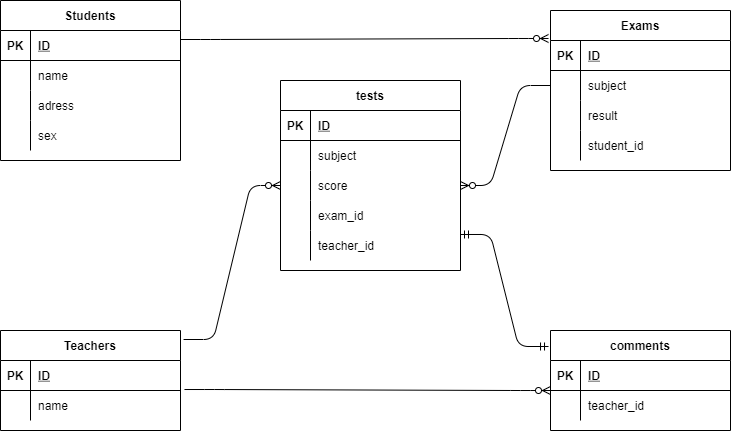
Above: 20220301yakushido.drawio.png in yakushido/COACHTECH_Database (draw.io), before the change. Source tidied: cells renumbered, new cells last; positions are measured from the earlier drawing's top-left corner, leaving out a move shared by most shapes.
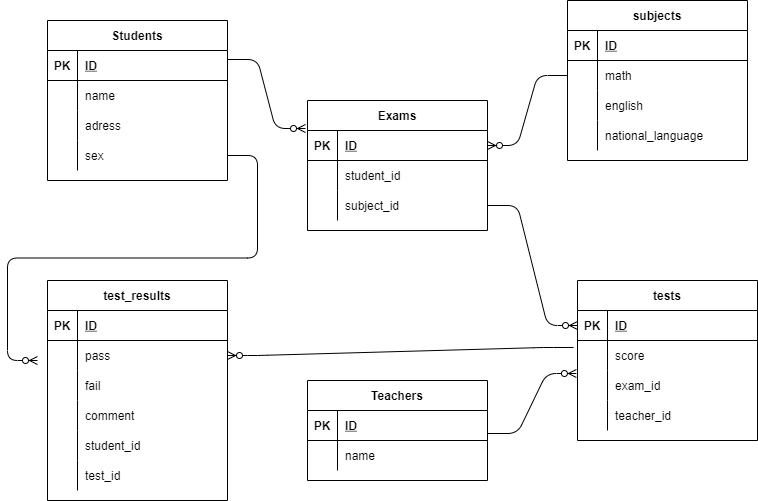
Above is the later version.

Commit message:
test_resultテーブル追加,その他修正

The edit, as a diff of the source:
```diff
@@ -42,7 +42,7 @@
       <mxGeometry x="30" width="150" height="30" as="geometry" />
     </mxCell>
     <mxCell id="15" value="Teachers" style="shape=table;startSize=30;rowLines=0;fontStyle=1;align=center;" parent="1" vertex="1">
-      <mxGeometry y="330" width="180" height="100" as="geometry" />
+      <mxGeometry x="260" y="360" width="180" height="100" as="geometry" />
     </mxCell>
     <mxCell id="16" style="shape=partialRectangle;fillColor=none;top=0;left=0;bottom=1;right=0;points=[[0,0.5],[1,0.5]];portConstraint=eastwest;" parent="15" vertex="1">
       <mxGeometry y="30" width="180" height="30" as="geometry" />
@@ -63,7 +63,7 @@
       <mxGeometry x="30" width="150" height="30" as="geometry" />
     </mxCell>
     <mxCell id="22" value="tests" style="shape=table;startSize=30;rowLines=0;fontStyle=1;align=center;" parent="1" vertex="1">
-      <mxGeometry x="280" y="80" width="180" height="190" as="geometry" />
+      <mxGeometry x="530" y="260" width="180" height="160" as="geometry" />
     </mxCell>
     <mxCell id="23" style="shape=partialRectangle;fillColor=none;top=0;left=0;bottom=1;right=0;points=[[0,0.5],[1,0.5]];portConstraint=eastwest;" parent="22" vertex="1">
       <mxGeometry y="30" width="180" height="30" as="geometry" />
@@ -74,17 +74,8 @@
     <mxCell id="25" value="ID" style="shape=partialRectangle;fillColor=none;top=0;left=0;bottom=0;right=0;align=left;spacingLeft=6;fontStyle=5;overflow=hidden;" parent="23" vertex="1">
       <mxGeometry x="30" width="150" height="30" as="geometry" />
     </mxCell>
-    <mxCell id="26" style="shape=partialRectangle;fillColor=none;top=0;left=0;bottom=0;right=0;" parent="22" vertex="1">
-      <mxGeometry y="60" width="180" height="30" as="geometry" />
-    </mxCell>
-    <mxCell id="27" style="shape=partialRectangle;fillColor=none;top=0;left=0;bottom=0;right=0;overflow=hidden;" parent="26" vertex="1">
-      <mxGeometry width="30" height="30" as="geometry" />
-    </mxCell>
-    <mxCell id="28" value="subject" style="shape=partialRectangle;fillColor=none;top=0;left=0;bottom=0;right=0;align=left;spacingLeft=6;overflow=hidden;" parent="26" vertex="1">
-      <mxGeometry x="30" width="150" height="30" as="geometry" />
-    </mxCell>
     <mxCell id="29" style="shape=partialRectangle;fillColor=none;top=0;left=0;bottom=0;right=0;points=[[0,0.5],[1,0.5]];portConstraint=eastwest;" parent="22" vertex="1">
-      <mxGeometry y="90" width="180" height="30" as="geometry" />
+      <mxGeometry y="60" width="180" height="30" as="geometry" />
     </mxCell>
     <mxCell id="30" style="shape=partialRectangle;fillColor=none;top=0;left=0;bottom=0;right=0;overflow=hidden;" parent="29" vertex="1">
       <mxGeometry width="30" height="30" as="geometry" />
@@ -93,7 +84,7 @@
       <mxGeometry x="30" width="150" height="30" as="geometry" />
     </mxCell>
     <mxCell id="32" style="shape=partialRectangle;fillColor=none;top=0;left=0;bottom=0;right=0;points=[[0,0.5],[1,0.5]];portConstraint=eastwest;" parent="22" vertex="1">
-      <mxGeometry y="120" width="180" height="30" as="geometry" />
+      <mxGeometry y="90" width="180" height="30" as="geometry" />
     </mxCell>
     <mxCell id="33" style="shape=partialRectangle;fillColor=none;top=0;left=0;bottom=0;right=0;overflow=hidden;" parent="32" vertex="1">
       <mxGeometry width="30" height="30" as="geometry" />
@@ -102,7 +93,7 @@
       <mxGeometry x="30" width="150" height="30" as="geometry" />
     </mxCell>
     <mxCell id="35" style="shape=partialRectangle;fillColor=none;top=0;left=0;bottom=0;right=0;points=[[0,0.5],[1,0.5]];portConstraint=eastwest;" parent="22" vertex="1">
-      <mxGeometry y="150" width="180" height="30" as="geometry" />
+      <mxGeometry y="120" width="180" height="30" as="geometry" />
     </mxCell>
     <mxCell id="36" style="shape=partialRectangle;fillColor=none;top=0;left=0;bottom=0;right=0;overflow=hidden;" parent="35" vertex="1">
       <mxGeometry width="30" height="30" as="geometry" />
@@ -111,7 +102,7 @@
       <mxGeometry x="30" width="150" height="30" as="geometry" />
     </mxCell>
     <mxCell id="38" value="Exams" style="shape=table;startSize=30;rowLines=0;fontStyle=1;align=center;" parent="1" vertex="1">
-      <mxGeometry x="550" y="10" width="180" height="160" as="geometry" />
+      <mxGeometry x="260" y="80" width="180" height="130" as="geometry" />
     </mxCell>
     <mxCell id="39" style="shape=partialRectangle;fillColor=none;top=0;left=0;bottom=1;right=0;points=[[0,0.5],[1,0.5]];portConstraint=eastwest;" parent="38" vertex="1">
       <mxGeometry y="30" width="180" height="30" as="geometry" />
@@ -122,26 +113,8 @@
     <mxCell id="41" value="ID" style="shape=partialRectangle;fillColor=none;top=0;left=0;bottom=0;right=0;align=left;spacingLeft=6;fontStyle=5;overflow=hidden;" parent="39" vertex="1">
       <mxGeometry x="30" width="150" height="30" as="geometry" />
     </mxCell>
-    <mxCell id="42" style="shape=partialRectangle;fillColor=none;top=0;left=0;bottom=0;right=0;points=[[0,0.5],[1,0.5]];portConstraint=eastwest;" parent="38" vertex="1">
-      <mxGeometry y="60" width="180" height="30" as="geometry" />
-    </mxCell>
-    <mxCell id="43" style="shape=partialRectangle;fillColor=none;top=0;left=0;bottom=0;right=0;overflow=hidden;" parent="42" vertex="1">
-      <mxGeometry width="30" height="30" as="geometry" />
-    </mxCell>
-    <mxCell id="44" value="subject" style="shape=partialRectangle;fillColor=none;top=0;left=0;bottom=0;right=0;align=left;spacingLeft=6;overflow=hidden;" parent="42" vertex="1">
-      <mxGeometry x="30" width="150" height="30" as="geometry" />
-    </mxCell>
-    <mxCell id="45" style="shape=partialRectangle;fillColor=none;top=0;left=0;bottom=0;right=0;" parent="38" vertex="1">
-      <mxGeometry y="90" width="180" height="30" as="geometry" />
-    </mxCell>
-    <mxCell id="46" style="shape=partialRectangle;fillColor=none;top=0;left=0;bottom=0;right=0;overflow=hidden;" parent="45" vertex="1">
-      <mxGeometry width="30" height="30" as="geometry" />
-    </mxCell>
-    <mxCell id="47" value="result" style="shape=partialRectangle;fillColor=none;top=0;left=0;bottom=0;right=0;align=left;spacingLeft=6;overflow=hidden;" parent="45" vertex="1">
-      <mxGeometry x="30" width="150" height="30" as="geometry" />
-    </mxCell>
     <mxCell id="48" style="shape=partialRectangle;fillColor=none;top=0;left=0;bottom=0;right=0;" parent="38" vertex="1">
-      <mxGeometry y="120" width="180" height="30" as="geometry" />
+      <mxGeometry y="60" width="180" height="30" as="geometry" />
     </mxCell>
     <mxCell id="49" style="shape=partialRectangle;fillColor=none;top=0;left=0;bottom=0;right=0;overflow=hidden;" parent="48" vertex="1">
       <mxGeometry width="30" height="30" as="geometry" />
@@ -149,43 +122,130 @@
     <mxCell id="50" value="student_id" style="shape=partialRectangle;fillColor=none;top=0;left=0;bottom=0;right=0;align=left;spacingLeft=6;overflow=hidden;" parent="48" vertex="1">
       <mxGeometry x="30" width="150" height="30" as="geometry" />
     </mxCell>
-    <mxCell id="51" value="comments" style="shape=table;startSize=30;rowLines=0;fontStyle=1;align=center;" parent="1" vertex="1">
-      <mxGeometry x="550" y="330" width="180" height="100" as="geometry" />
-    </mxCell>
-    <mxCell id="52" style="shape=partialRectangle;fillColor=none;top=0;left=0;bottom=1;right=0;" parent="51" vertex="1">
-      <mxGeometry y="30" width="180" height="30" as="geometry" />
-    </mxCell>
-    <mxCell id="53" value="PK" style="shape=partialRectangle;fillColor=none;top=0;left=0;bottom=0;right=0;fontStyle=1;overflow=hidden;" parent="52" vertex="1">
-      <mxGeometry width="30" height="30" as="geometry" />
-    </mxCell>
-    <mxCell id="54" value="ID" style="shape=partialRectangle;fillColor=none;top=0;left=0;bottom=0;right=0;align=left;spacingLeft=6;fontStyle=5;overflow=hidden;" parent="52" vertex="1">
-      <mxGeometry x="30" width="150" height="30" as="geometry" />
-    </mxCell>
-    <mxCell id="55" style="shape=partialRectangle;fillColor=none;top=0;left=0;bottom=0;right=0;" parent="51" vertex="1">
-      <mxGeometry y="60" width="180" height="30" as="geometry" />
-    </mxCell>
-    <mxCell id="56" style="shape=partialRectangle;fillColor=none;top=0;left=0;bottom=0;right=0;overflow=hidden;" parent="55" vertex="1">
-      <mxGeometry width="30" height="30" as="geometry" />
-    </mxCell>
-    <mxCell id="57" value="teacher_id" style="shape=partialRectangle;fillColor=none;top=0;left=0;bottom=0;right=0;align=left;spacingLeft=6;overflow=hidden;" parent="55" vertex="1">
-      <mxGeometry x="30" width="150" height="30" as="geometry" />
-    </mxCell>
+    <mxCell id="63" style="shape=partialRectangle;fillColor=none;top=0;left=0;bottom=0;right=0;points=[[0,0.5],[1,0.5]];portConstraint=eastwest;" parent="38" vertex="1">
+      <mxGeometry y="90" width="180" height="30" as="geometry" />
+    </mxCell>
+    <mxCell id="64" style="shape=partialRectangle;fillColor=none;top=0;left=0;bottom=0;right=0;overflow=hidden;" parent="63" vertex="1">
+      <mxGeometry width="30" height="30" as="geometry" />
+    </mxCell>
+    <mxCell id="65" value="subject_id" style="shape=partialRectangle;fillColor=none;top=0;left=0;bottom=0;right=0;align=left;spacingLeft=6;overflow=hidden;" parent="63" vertex="1">
+      <mxGeometry x="30" width="150" height="30" as="geometry" />
+    </mxCell>
     <mxCell id="58" style="edgeStyle=entityRelationEdgeStyle;fontSize=12;html=1;endArrow=ERzeroToMany;endFill=1;exitX=1;exitY=0.3;exitDx=0;exitDy=0;entryX=-0.011;entryY=-0.067;entryDx=0;entryDy=0;exitPerimeter=0;entryPerimeter=0;" parent="1" edge="1" source="3" target="39">
       <mxGeometry relative="1" as="geometry" />
     </mxCell>
-    <mxCell id="59" style="edgeStyle=entityRelationEdgeStyle;fontSize=12;html=1;endArrow=ERzeroToMany;endFill=1;exitX=1.022;exitY=-0.033;exitDx=0;exitDy=0;exitPerimeter=0;entryX=0;entryY=0.167;entryDx=0;entryDy=0;entryPerimeter=0;" parent="1" edge="1" source="19">
-      <mxGeometry relative="1" as="geometry">
-        <mxPoint x="550" y="390" as="targetPoint" />
-      </mxGeometry>
-    </mxCell>
-    <mxCell id="60" style="edgeStyle=entityRelationEdgeStyle;fontSize=12;html=1;endArrow=ERzeroToMany;endFill=1;exitX=1.017;exitY=0.09;exitDx=0;exitDy=0;entryX=0;entryY=0.5;entryDx=0;entryDy=0;exitPerimeter=0;" parent="1" edge="1" source="15" target="29">
+    <mxCell id="60" style="edgeStyle=entityRelationEdgeStyle;fontSize=12;html=1;endArrow=ERzeroToMany;endFill=1;exitX=1;exitY=0.767;exitDx=0;exitDy=0;entryX=-0.006;entryY=0.1;entryDx=0;entryDy=0;entryPerimeter=0;exitPerimeter=0;" parent="1" edge="1" source="16" target="32">
       <mxGeometry relative="1" as="geometry" />
     </mxCell>
-    <mxCell id="61" style="edgeStyle=entityRelationEdgeStyle;fontSize=12;html=1;endArrow=ERmandOne;startArrow=ERmandOne;entryX=1;entryY=0.133;entryDx=0;entryDy=0;exitX=-0.011;exitY=0.16;exitDx=0;exitDy=0;entryPerimeter=0;exitPerimeter=0;" parent="1" edge="1" source="51" target="35">
-      <mxGeometry relative="1" as="geometry" />
-    </mxCell>
-    <mxCell id="62" style="edgeStyle=entityRelationEdgeStyle;fontSize=12;html=1;endArrow=ERzeroToMany;endFill=1;exitX=0;exitY=0.5;exitDx=0;exitDy=0;" parent="1" edge="1" source="42" target="29">
+    <mxCell id="62" style="edgeStyle=entityRelationEdgeStyle;fontSize=12;html=1;endArrow=ERzeroToMany;endFill=1;exitX=1;exitY=0.5;exitDx=0;exitDy=0;entryX=0;entryY=0.5;entryDx=0;entryDy=0;" parent="1" edge="1" source="63" target="23">
       <mxGeometry relative="1" as="geometry" />
     </mxCell>
+    <mxCell id="66" value="subjects" style="shape=table;startSize=30;rowLines=0;fontStyle=1;align=center;" parent="1" vertex="1">
+      <mxGeometry x="520" y="-20" width="180" height="160" as="geometry" />
+    </mxCell>
+    <mxCell id="67" style="shape=partialRectangle;fillColor=none;top=0;left=0;bottom=1;right=0;" parent="66" vertex="1">
+      <mxGeometry y="30" width="180" height="30" as="geometry" />
+    </mxCell>
+    <mxCell id="68" value="PK" style="shape=partialRectangle;fillColor=none;top=0;left=0;bottom=0;right=0;fontStyle=1;overflow=hidden;" parent="67" vertex="1">
+      <mxGeometry width="30" height="30" as="geometry" />
+    </mxCell>
+    <mxCell id="69" value="ID" style="shape=partialRectangle;fillColor=none;top=0;left=0;bottom=0;right=0;align=left;spacingLeft=6;fontStyle=5;overflow=hidden;" parent="67" vertex="1">
+      <mxGeometry x="30" width="150" height="30" as="geometry" />
+    </mxCell>
+    <mxCell id="70" style="shape=partialRectangle;fillColor=none;top=0;left=0;bottom=0;right=0;points=[[0,0.5],[1,0.5]];portConstraint=eastwest;" parent="66" vertex="1">
+      <mxGeometry y="60" width="180" height="30" as="geometry" />
+    </mxCell>
+    <mxCell id="71" style="shape=partialRectangle;fillColor=none;top=0;left=0;bottom=0;right=0;overflow=hidden;" parent="70" vertex="1">
+      <mxGeometry width="30" height="30" as="geometry" />
+    </mxCell>
+    <mxCell id="72" value="math" style="shape=partialRectangle;fillColor=none;top=0;left=0;bottom=0;right=0;align=left;spacingLeft=6;overflow=hidden;" parent="70" vertex="1">
+      <mxGeometry x="30" width="150" height="30" as="geometry" />
+    </mxCell>
+    <mxCell id="73" style="shape=partialRectangle;fillColor=none;top=0;left=0;bottom=0;right=0;" parent="66" vertex="1">
+      <mxGeometry y="90" width="180" height="30" as="geometry" />
+    </mxCell>
+    <mxCell id="74" style="shape=partialRectangle;fillColor=none;top=0;left=0;bottom=0;right=0;overflow=hidden;" parent="73" vertex="1">
+      <mxGeometry width="30" height="30" as="geometry" />
+    </mxCell>
+    <mxCell id="75" value="english" style="shape=partialRectangle;fillColor=none;top=0;left=0;bottom=0;right=0;align=left;spacingLeft=6;overflow=hidden;" parent="73" vertex="1">
+      <mxGeometry x="30" width="150" height="30" as="geometry" />
+    </mxCell>
+    <mxCell id="76" style="shape=partialRectangle;fillColor=none;top=0;left=0;bottom=0;right=0;" parent="66" vertex="1">
+      <mxGeometry y="120" width="180" height="30" as="geometry" />
+    </mxCell>
+    <mxCell id="77" style="shape=partialRectangle;fillColor=none;top=0;left=0;bottom=0;right=0;overflow=hidden;" parent="76" vertex="1">
+      <mxGeometry width="30" height="30" as="geometry" />
+    </mxCell>
+    <mxCell id="78" value="national_language" style="shape=partialRectangle;fillColor=none;top=0;left=0;bottom=0;right=0;align=left;spacingLeft=6;overflow=hidden;" parent="76" vertex="1">
+      <mxGeometry x="30" width="150" height="30" as="geometry" />
+    </mxCell>
+    <mxCell id="79" style="edgeStyle=entityRelationEdgeStyle;fontSize=12;html=1;endArrow=ERzeroToMany;endFill=1;exitX=0;exitY=0.5;exitDx=0;exitDy=0;entryX=1;entryY=0.5;entryDx=0;entryDy=0;" parent="1" edge="1" source="70" target="39">
+      <mxGeometry relative="1" as="geometry" />
+    </mxCell>
+    <mxCell id="80" value="test_results" style="shape=table;startSize=30;rowLines=0;fontStyle=1;align=center;" parent="1" vertex="1">
+      <mxGeometry y="260" width="180" height="220" as="geometry" />
+    </mxCell>
+    <mxCell id="81" style="shape=partialRectangle;fillColor=none;top=0;left=0;bottom=1;right=0;" parent="80" vertex="1">
+      <mxGeometry y="30" width="180" height="30" as="geometry" />
+    </mxCell>
+    <mxCell id="82" value="PK" style="shape=partialRectangle;fillColor=none;top=0;left=0;bottom=0;right=0;fontStyle=1;overflow=hidden;" parent="81" vertex="1">
+      <mxGeometry width="30" height="30" as="geometry" />
+    </mxCell>
+    <mxCell id="83" value="ID" style="shape=partialRectangle;fillColor=none;top=0;left=0;bottom=0;right=0;align=left;spacingLeft=6;fontStyle=5;overflow=hidden;" parent="81" vertex="1">
+      <mxGeometry x="30" width="150" height="30" as="geometry" />
+    </mxCell>
+    <mxCell id="84" style="shape=partialRectangle;fillColor=none;top=0;left=0;bottom=0;right=0;points=[[0,0.5],[1,0.5]];portConstraint=eastwest;" parent="80" vertex="1">
+      <mxGeometry y="60" width="180" height="30" as="geometry" />
+    </mxCell>
+    <mxCell id="85" style="shape=partialRectangle;fillColor=none;top=0;left=0;bottom=0;right=0;overflow=hidden;" parent="84" vertex="1">
+      <mxGeometry width="30" height="30" as="geometry" />
+    </mxCell>
+    <mxCell id="86" value="pass" style="shape=partialRectangle;fillColor=none;top=0;left=0;bottom=0;right=0;align=left;spacingLeft=6;overflow=hidden;" parent="84" vertex="1">
+      <mxGeometry x="30" width="150" height="30" as="geometry" />
+    </mxCell>
+    <mxCell id="87" style="shape=partialRectangle;fillColor=none;top=0;left=0;bottom=0;right=0;" parent="80" vertex="1">
+      <mxGeometry y="90" width="180" height="30" as="geometry" />
+    </mxCell>
+    <mxCell id="88" style="shape=partialRectangle;fillColor=none;top=0;left=0;bottom=0;right=0;overflow=hidden;" parent="87" vertex="1">
+      <mxGeometry width="30" height="30" as="geometry" />
+    </mxCell>
+    <mxCell id="89" value="fail" style="shape=partialRectangle;fillColor=none;top=0;left=0;bottom=0;right=0;align=left;spacingLeft=6;overflow=hidden;" parent="87" vertex="1">
+      <mxGeometry x="30" width="150" height="30" as="geometry" />
+    </mxCell>
+    <mxCell id="90" style="shape=partialRectangle;fillColor=none;top=0;left=0;bottom=0;right=0;" parent="80" vertex="1">
+      <mxGeometry y="120" width="180" height="30" as="geometry" />
+    </mxCell>
+    <mxCell id="91" style="shape=partialRectangle;fillColor=none;top=0;left=0;bottom=0;right=0;overflow=hidden;" parent="90" vertex="1">
+      <mxGeometry width="30" height="30" as="geometry" />
+    </mxCell>
+    <mxCell id="92" value="comment" style="shape=partialRectangle;fillColor=none;top=0;left=0;bottom=0;right=0;align=left;spacingLeft=6;overflow=hidden;" parent="90" vertex="1">
+      <mxGeometry x="30" width="150" height="30" as="geometry" />
+    </mxCell>
+    <mxCell id="93" style="shape=partialRectangle;fillColor=none;top=0;left=0;bottom=0;right=0;" parent="80" vertex="1">
+      <mxGeometry y="150" width="180" height="30" as="geometry" />
+    </mxCell>
+    <mxCell id="94" style="shape=partialRectangle;fillColor=none;top=0;left=0;bottom=0;right=0;overflow=hidden;" parent="93" vertex="1">
+      <mxGeometry width="30" height="30" as="geometry" />
+    </mxCell>
+    <mxCell id="95" value="student_id" style="shape=partialRectangle;fillColor=none;top=0;left=0;bottom=0;right=0;align=left;spacingLeft=6;overflow=hidden;" parent="93" vertex="1">
+      <mxGeometry x="30" width="150" height="30" as="geometry" />
+    </mxCell>
+    <mxCell id="96" style="shape=partialRectangle;fillColor=none;top=0;left=0;bottom=0;right=0;" parent="80" vertex="1">
+      <mxGeometry y="180" width="180" height="30" as="geometry" />
+    </mxCell>
+    <mxCell id="97" style="shape=partialRectangle;fillColor=none;top=0;left=0;bottom=0;right=0;overflow=hidden;" parent="96" vertex="1">
+      <mxGeometry width="30" height="30" as="geometry" />
+    </mxCell>
+    <mxCell id="98" value="test_id" style="shape=partialRectangle;fillColor=none;top=0;left=0;bottom=0;right=0;align=left;spacingLeft=6;overflow=hidden;" parent="96" vertex="1">
+      <mxGeometry x="30" width="150" height="30" as="geometry" />
+    </mxCell>
+    <mxCell id="99" style="edgeStyle=entityRelationEdgeStyle;fontSize=12;html=1;endArrow=ERzeroToMany;endFill=1;" parent="1" edge="1" source="12">
+      <mxGeometry relative="1" as="geometry">
+        <mxPoint x="-10" y="340" as="targetPoint" />
+      </mxGeometry>
+    </mxCell>
+    <mxCell id="100" style="edgeStyle=entityRelationEdgeStyle;fontSize=12;html=1;endArrow=ERzeroToMany;endFill=1;entryX=1;entryY=0.5;entryDx=0;entryDy=0;exitX=-0.022;exitY=0.233;exitDx=0;exitDy=0;exitPerimeter=0;" parent="1" edge="1" source="29" target="84">
+      <mxGeometry relative="1" as="geometry" />
+    </mxCell>
   </root>
 </mxGraphModel>
```
